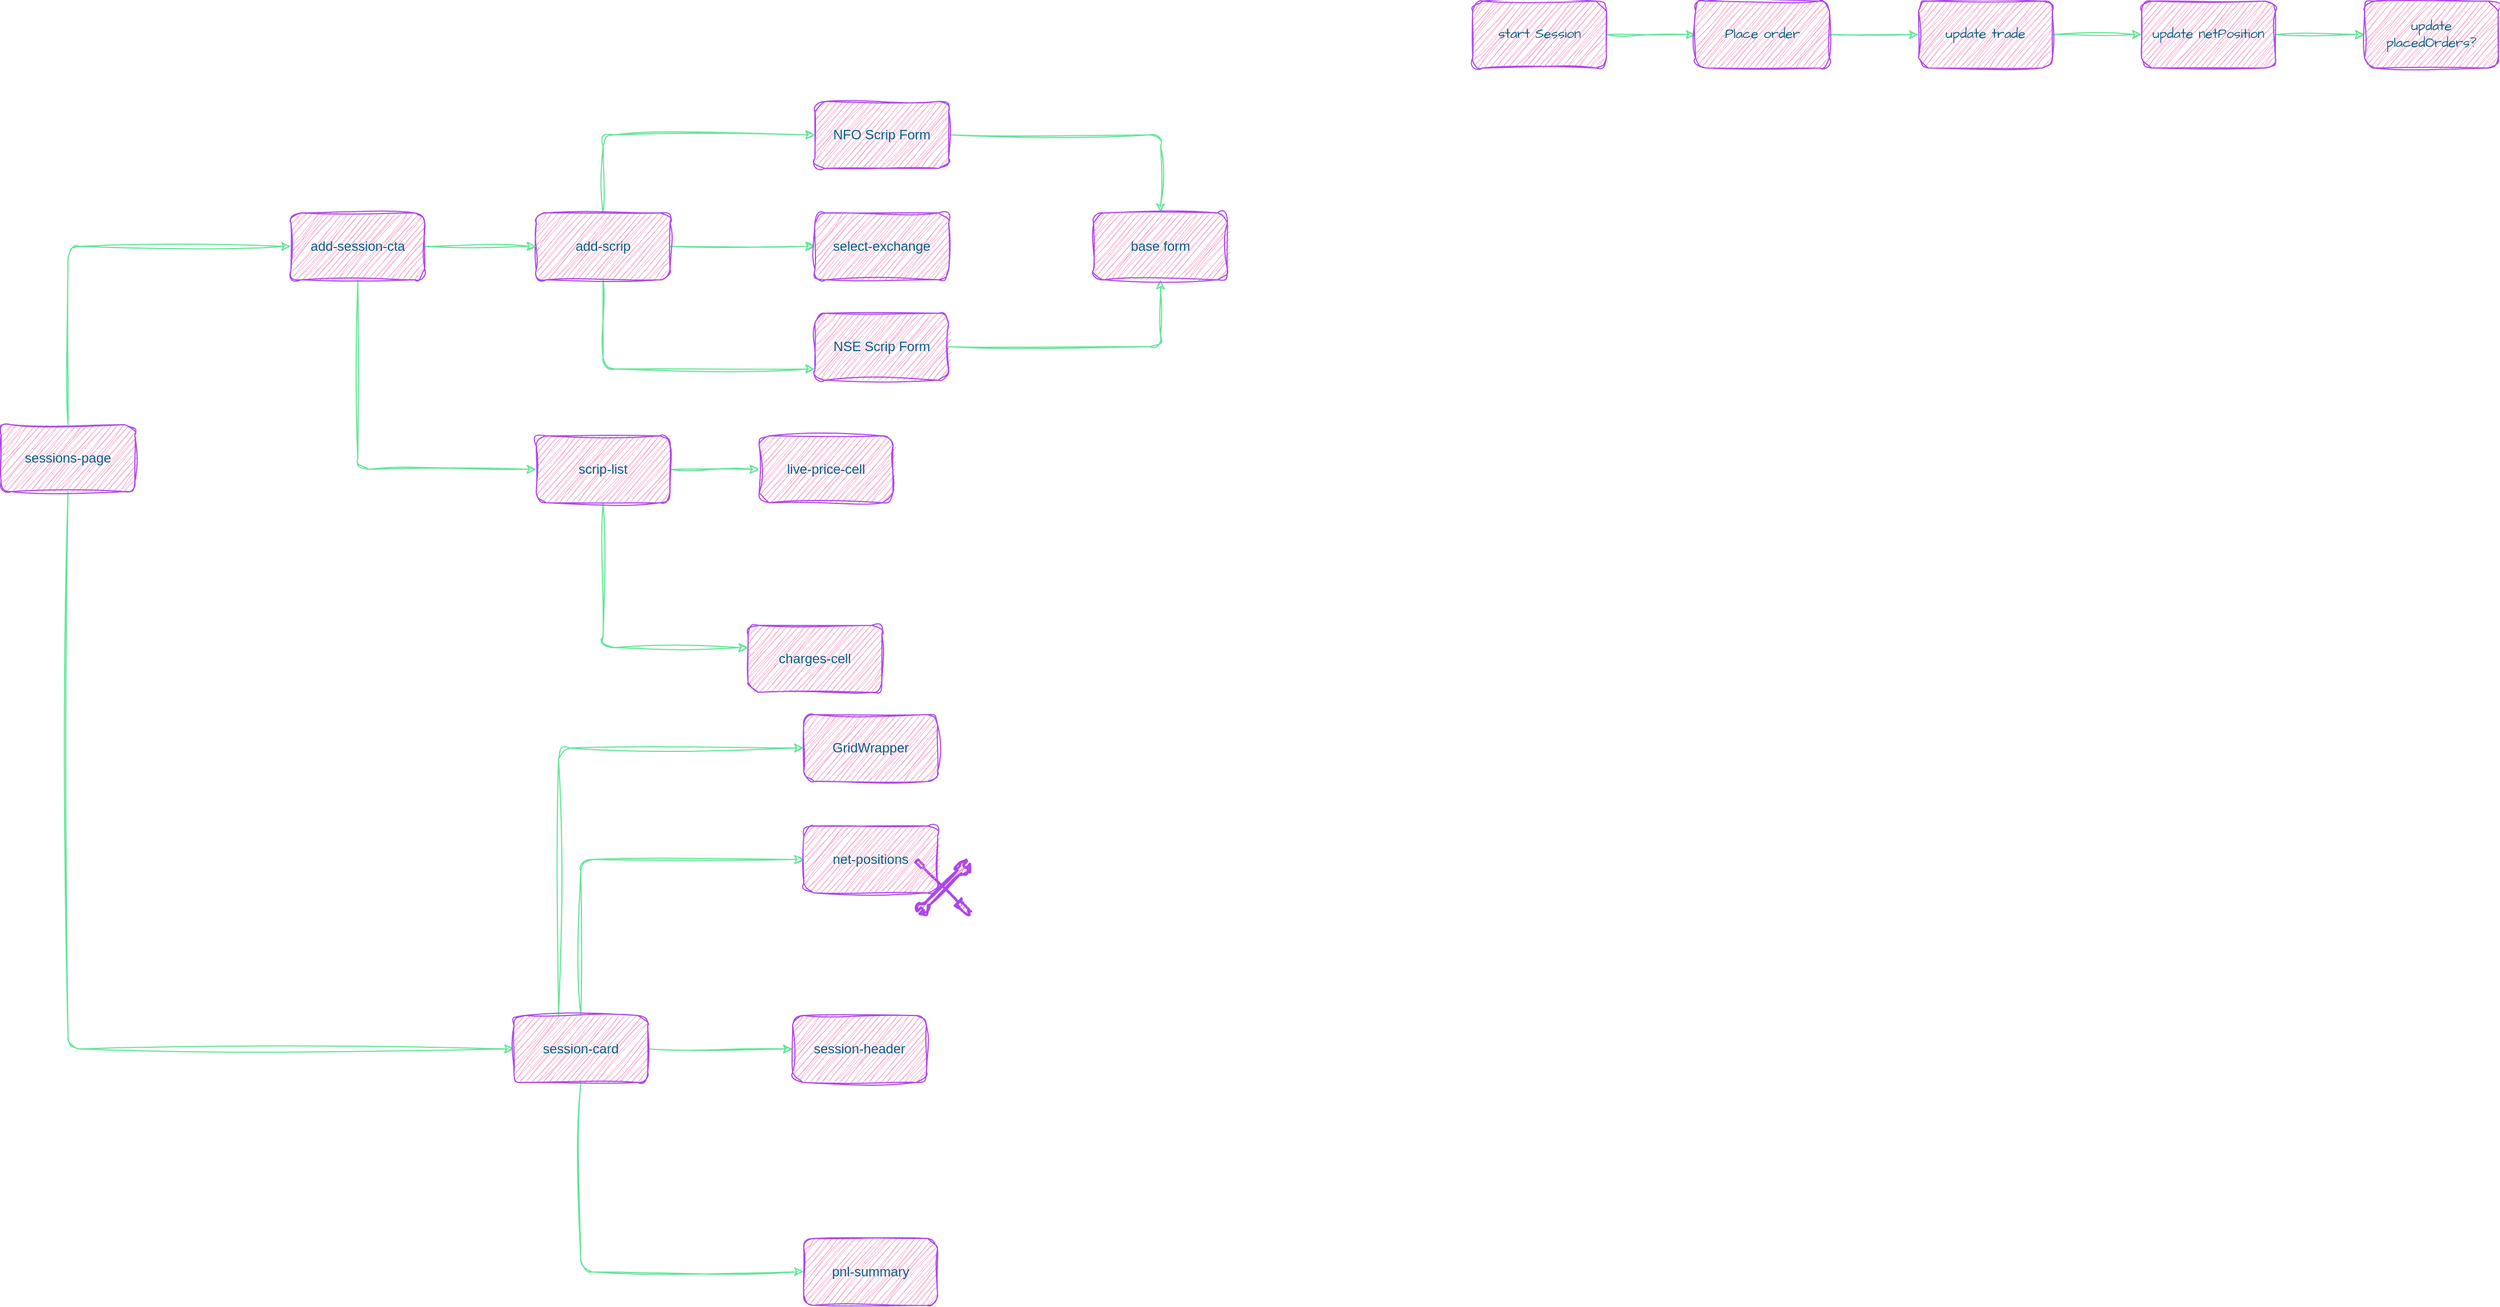
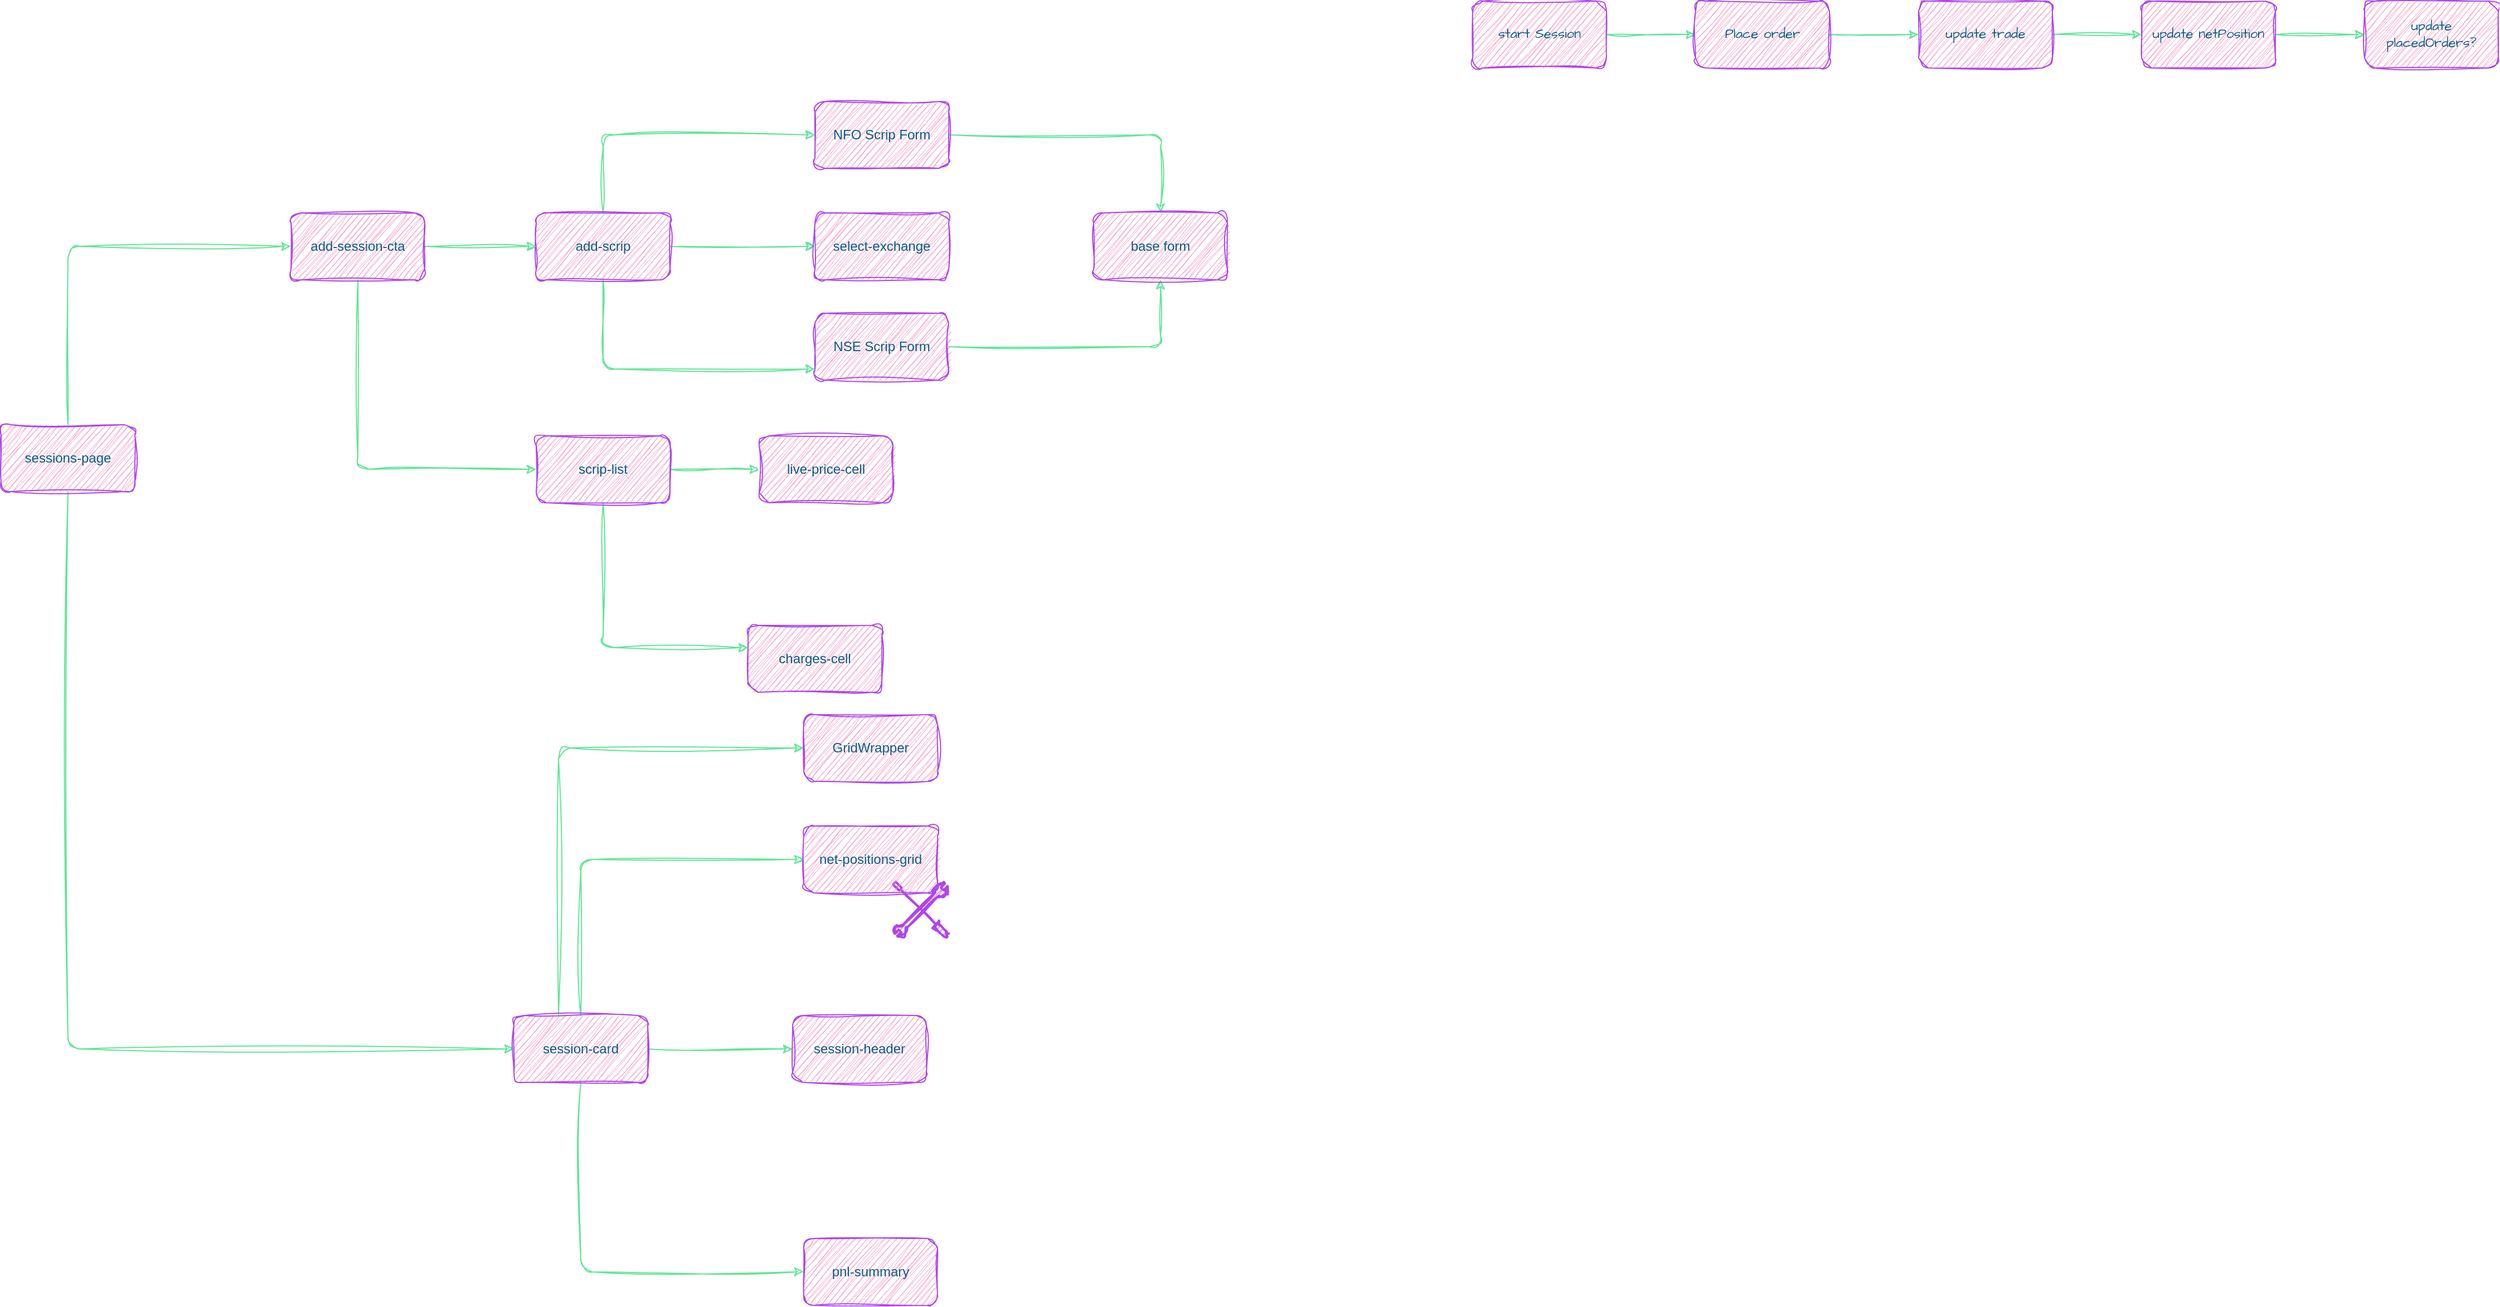
<mxfile host="app.diagrams.net" pages="5">
  <diagram id="wPQbEJP3DVO_ncDqMHqx" name="Sessions Page">
    <mxGraphModel dx="1887" dy="969" grid="1" gridSize="10" guides="1" tooltips="1" connect="1" arrows="1" fold="1" page="0" pageScale="1" pageWidth="402" pageHeight="874" math="0" shadow="0">
      <root>
        <mxCell id="0" />
        <mxCell id="1" parent="0" />
        <mxCell id="DB1AKVm6qyutKQlFYAWD-6" edge="1" parent="1" source="DB1AKVm6qyutKQlFYAWD-1" style="edgeStyle=orthogonalEdgeStyle;rounded=1;orthogonalLoop=1;jettySize=auto;html=1;sketch=1;curveFitting=1;jiggle=2;labelBackgroundColor=none;strokeColor=#60E696;fontColor=default;" target="DB1AKVm6qyutKQlFYAWD-5" value="">
          <mxGeometry relative="1" as="geometry" />
        </mxCell>
        <mxCell id="DB1AKVm6qyutKQlFYAWD-8" edge="1" parent="1" source="DB1AKVm6qyutKQlFYAWD-1" style="edgeStyle=orthogonalEdgeStyle;rounded=1;orthogonalLoop=1;jettySize=auto;html=1;sketch=1;curveFitting=1;jiggle=2;labelBackgroundColor=none;strokeColor=#60E696;fontColor=default;" target="DB1AKVm6qyutKQlFYAWD-7" value="">
          <mxGeometry relative="1" as="geometry">
            <Array as="points">
              <mxPoint x="120" y="270" />
            </Array>
          </mxGeometry>
        </mxCell>
        <mxCell id="DB1AKVm6qyutKQlFYAWD-10" edge="1" parent="1" source="DB1AKVm6qyutKQlFYAWD-1" style="edgeStyle=orthogonalEdgeStyle;rounded=1;orthogonalLoop=1;jettySize=auto;html=1;sketch=1;curveFitting=1;jiggle=2;labelBackgroundColor=none;strokeColor=#60E696;fontColor=default;" target="DB1AKVm6qyutKQlFYAWD-9" value="">
          <mxGeometry relative="1" as="geometry">
            <Array as="points">
              <mxPoint x="120" y="60" />
            </Array>
          </mxGeometry>
        </mxCell>
        <mxCell id="DB1AKVm6qyutKQlFYAWD-1" parent="1" style="rounded=1;whiteSpace=wrap;html=1;sketch=1;curveFitting=1;jiggle=2;labelBackgroundColor=none;fillColor=#F694C1;strokeColor=#AF45ED;fontColor=#095C86;" value="add-scrip" vertex="1">
          <mxGeometry height="60" width="120" x="60" y="130" as="geometry" />
        </mxCell>
        <mxCell id="DB1AKVm6qyutKQlFYAWD-4" edge="1" parent="1" source="DB1AKVm6qyutKQlFYAWD-3" style="edgeStyle=orthogonalEdgeStyle;rounded=1;orthogonalLoop=1;jettySize=auto;html=1;sketch=1;curveFitting=1;jiggle=2;labelBackgroundColor=none;strokeColor=#60E696;fontColor=default;" target="DB1AKVm6qyutKQlFYAWD-1" value="">
          <mxGeometry relative="1" as="geometry" />
        </mxCell>
        <mxCell id="DB1AKVm6qyutKQlFYAWD-12" edge="1" parent="1" source="DB1AKVm6qyutKQlFYAWD-3" style="edgeStyle=orthogonalEdgeStyle;rounded=1;orthogonalLoop=1;jettySize=auto;html=1;sketch=1;curveFitting=1;jiggle=2;labelBackgroundColor=none;strokeColor=#60E696;fontColor=default;" target="DB1AKVm6qyutKQlFYAWD-11" value="">
          <mxGeometry relative="1" as="geometry">
            <Array as="points">
              <mxPoint x="-100" y="360" />
            </Array>
          </mxGeometry>
        </mxCell>
        <mxCell id="DB1AKVm6qyutKQlFYAWD-3" parent="1" style="rounded=1;whiteSpace=wrap;html=1;sketch=1;curveFitting=1;jiggle=2;labelBackgroundColor=none;fillColor=#F694C1;strokeColor=#AF45ED;fontColor=#095C86;" value="add-session-cta" vertex="1">
          <mxGeometry height="60" width="120" x="-160" y="130" as="geometry" />
        </mxCell>
        <mxCell id="DB1AKVm6qyutKQlFYAWD-5" parent="1" style="whiteSpace=wrap;html=1;rounded=1;sketch=1;curveFitting=1;jiggle=2;labelBackgroundColor=none;fillColor=#F694C1;strokeColor=#AF45ED;fontColor=#095C86;" value="select-exchange" vertex="1">
          <mxGeometry height="60" width="120" x="310" y="130" as="geometry" />
        </mxCell>
        <mxCell id="ouMAoqMrmdJ_XqpmxOQB-3" edge="1" parent="1" source="DB1AKVm6qyutKQlFYAWD-7" style="edgeStyle=orthogonalEdgeStyle;rounded=1;sketch=1;hachureGap=4;jiggle=2;curveFitting=1;orthogonalLoop=1;jettySize=auto;html=1;fontFamily=Architects Daughter;fontSource=https%3A%2F%2Ffonts.googleapis.com%2Fcss%3Ffamily%3DArchitects%2BDaughter;labelBackgroundColor=none;strokeColor=#60E696;fontColor=default;" target="ouMAoqMrmdJ_XqpmxOQB-1">
          <mxGeometry relative="1" as="geometry" />
        </mxCell>
        <mxCell id="DB1AKVm6qyutKQlFYAWD-7" parent="1" style="whiteSpace=wrap;html=1;rounded=1;sketch=1;curveFitting=1;jiggle=2;labelBackgroundColor=none;fillColor=#F694C1;strokeColor=#AF45ED;fontColor=#095C86;" value="NSE Scrip Form" vertex="1">
          <mxGeometry height="60" width="120" x="310" y="220" as="geometry" />
        </mxCell>
        <mxCell id="ouMAoqMrmdJ_XqpmxOQB-2" edge="1" parent="1" source="DB1AKVm6qyutKQlFYAWD-9" style="edgeStyle=orthogonalEdgeStyle;rounded=1;sketch=1;hachureGap=4;jiggle=2;curveFitting=1;orthogonalLoop=1;jettySize=auto;html=1;fontFamily=Architects Daughter;fontSource=https%3A%2F%2Ffonts.googleapis.com%2Fcss%3Ffamily%3DArchitects%2BDaughter;labelBackgroundColor=none;strokeColor=#60E696;fontColor=default;" target="ouMAoqMrmdJ_XqpmxOQB-1" value="">
          <mxGeometry relative="1" as="geometry" />
        </mxCell>
        <mxCell id="DB1AKVm6qyutKQlFYAWD-9" parent="1" style="whiteSpace=wrap;html=1;rounded=1;sketch=1;curveFitting=1;jiggle=2;labelBackgroundColor=none;fillColor=#F694C1;strokeColor=#AF45ED;fontColor=#095C86;" value="NFO Scrip Form" vertex="1">
          <mxGeometry height="60" width="120" x="310" y="30" as="geometry" />
        </mxCell>
        <mxCell id="ouMAoqMrmdJ_XqpmxOQB-15" edge="1" parent="1" source="DB1AKVm6qyutKQlFYAWD-11" style="edgeStyle=orthogonalEdgeStyle;rounded=1;sketch=1;hachureGap=4;jiggle=2;curveFitting=1;orthogonalLoop=1;jettySize=auto;html=1;fontFamily=Architects Daughter;fontSource=https%3A%2F%2Ffonts.googleapis.com%2Fcss%3Ffamily%3DArchitects%2BDaughter;labelBackgroundColor=none;strokeColor=#60E696;fontColor=default;" target="ouMAoqMrmdJ_XqpmxOQB-14" value="">
          <mxGeometry relative="1" as="geometry" />
        </mxCell>
        <mxCell id="ouMAoqMrmdJ_XqpmxOQB-17" edge="1" parent="1" source="DB1AKVm6qyutKQlFYAWD-11" style="edgeStyle=orthogonalEdgeStyle;rounded=1;sketch=1;hachureGap=4;jiggle=2;curveFitting=1;orthogonalLoop=1;jettySize=auto;html=1;fontFamily=Architects Daughter;fontSource=https%3A%2F%2Ffonts.googleapis.com%2Fcss%3Ffamily%3DArchitects%2BDaughter;labelBackgroundColor=none;strokeColor=#60E696;fontColor=default;" target="ouMAoqMrmdJ_XqpmxOQB-16" value="">
          <mxGeometry relative="1" as="geometry">
            <Array as="points">
              <mxPoint x="120" y="520" />
            </Array>
          </mxGeometry>
        </mxCell>
        <mxCell id="DB1AKVm6qyutKQlFYAWD-11" parent="1" style="whiteSpace=wrap;html=1;rounded=1;sketch=1;curveFitting=1;jiggle=2;labelBackgroundColor=none;fillColor=#F694C1;strokeColor=#AF45ED;fontColor=#095C86;" value="scrip-list" vertex="1">
          <mxGeometry height="60" width="120" x="60" y="330" as="geometry" />
        </mxCell>
        <mxCell id="DB1AKVm6qyutKQlFYAWD-15" edge="1" parent="1" source="DB1AKVm6qyutKQlFYAWD-14" style="edgeStyle=orthogonalEdgeStyle;rounded=1;sketch=1;hachureGap=4;jiggle=2;curveFitting=1;orthogonalLoop=1;jettySize=auto;html=1;entryX=0;entryY=0.5;entryDx=0;entryDy=0;strokeColor=#60E696;fontFamily=Architects Daughter;fontSource=https%3A%2F%2Ffonts.googleapis.com%2Fcss%3Ffamily%3DArchitects%2BDaughter;fontColor=default;fillColor=#F694C1;labelBackgroundColor=none;" target="DB1AKVm6qyutKQlFYAWD-3">
          <mxGeometry relative="1" as="geometry">
            <Array as="points">
              <mxPoint x="-360" y="160" />
            </Array>
          </mxGeometry>
        </mxCell>
        <mxCell id="ouMAoqMrmdJ_XqpmxOQB-28" edge="1" parent="1" source="DB1AKVm6qyutKQlFYAWD-14" style="edgeStyle=orthogonalEdgeStyle;rounded=1;sketch=1;hachureGap=4;jiggle=2;curveFitting=1;orthogonalLoop=1;jettySize=auto;html=1;entryX=0;entryY=0.5;entryDx=0;entryDy=0;fontFamily=Architects Daughter;fontSource=https%3A%2F%2Ffonts.googleapis.com%2Fcss%3Ffamily%3DArchitects%2BDaughter;labelBackgroundColor=none;strokeColor=#60E696;fontColor=default;" target="ouMAoqMrmdJ_XqpmxOQB-19">
          <mxGeometry relative="1" as="geometry">
            <Array as="points">
              <mxPoint x="-360" y="880" />
            </Array>
          </mxGeometry>
        </mxCell>
        <mxCell id="DB1AKVm6qyutKQlFYAWD-14" parent="1" style="rounded=1;whiteSpace=wrap;html=1;sketch=1;curveFitting=1;jiggle=2;labelBackgroundColor=none;fillColor=#F694C1;strokeColor=#AF45ED;fontColor=#095C86;" value="sessions-page" vertex="1">
          <mxGeometry height="60" width="120" x="-420" y="320" as="geometry" />
        </mxCell>
        <mxCell id="ouMAoqMrmdJ_XqpmxOQB-1" parent="1" style="whiteSpace=wrap;html=1;fillColor=#F694C1;strokeColor=#AF45ED;fontColor=#095C86;rounded=1;sketch=1;curveFitting=1;jiggle=2;labelBackgroundColor=none;" value="base form" vertex="1">
          <mxGeometry height="60" width="120" x="560" y="130" as="geometry" />
        </mxCell>
        <mxCell id="ouMAoqMrmdJ_XqpmxOQB-6" edge="1" parent="1" source="ouMAoqMrmdJ_XqpmxOQB-4" style="edgeStyle=orthogonalEdgeStyle;rounded=1;sketch=1;hachureGap=4;jiggle=2;curveFitting=1;orthogonalLoop=1;jettySize=auto;html=1;fontFamily=Architects Daughter;fontSource=https%3A%2F%2Ffonts.googleapis.com%2Fcss%3Ffamily%3DArchitects%2BDaughter;labelBackgroundColor=none;strokeColor=#60E696;fontColor=default;" target="ouMAoqMrmdJ_XqpmxOQB-5" value="">
          <mxGeometry relative="1" as="geometry" />
        </mxCell>
        <mxCell id="ouMAoqMrmdJ_XqpmxOQB-4" parent="1" style="whiteSpace=wrap;html=1;sketch=1;hachureGap=4;jiggle=2;curveFitting=1;fontFamily=Architects Daughter;fontSource=https%3A%2F%2Ffonts.googleapis.com%2Fcss%3Ffamily%3DArchitects%2BDaughter;labelBackgroundColor=none;fillColor=#F694C1;strokeColor=#AF45ED;fontColor=#095C86;rounded=1;" value="start Session" vertex="1">
          <mxGeometry height="60" width="120" x="900" y="-60" as="geometry" />
        </mxCell>
        <mxCell id="ouMAoqMrmdJ_XqpmxOQB-8" edge="1" parent="1" source="ouMAoqMrmdJ_XqpmxOQB-5" style="edgeStyle=orthogonalEdgeStyle;rounded=1;sketch=1;hachureGap=4;jiggle=2;curveFitting=1;orthogonalLoop=1;jettySize=auto;html=1;fontFamily=Architects Daughter;fontSource=https%3A%2F%2Ffonts.googleapis.com%2Fcss%3Ffamily%3DArchitects%2BDaughter;labelBackgroundColor=none;strokeColor=#60E696;fontColor=default;" target="ouMAoqMrmdJ_XqpmxOQB-7" value="">
          <mxGeometry relative="1" as="geometry" />
        </mxCell>
        <mxCell id="ouMAoqMrmdJ_XqpmxOQB-5" parent="1" style="whiteSpace=wrap;html=1;fontFamily=Architects Daughter;sketch=1;hachureGap=4;jiggle=2;curveFitting=1;fontSource=https%3A%2F%2Ffonts.googleapis.com%2Fcss%3Ffamily%3DArchitects%2BDaughter;labelBackgroundColor=none;fillColor=#F694C1;strokeColor=#AF45ED;fontColor=#095C86;rounded=1;" value="Place order" vertex="1">
          <mxGeometry height="60" width="120" x="1100" y="-60" as="geometry" />
        </mxCell>
        <mxCell id="ouMAoqMrmdJ_XqpmxOQB-10" edge="1" parent="1" source="ouMAoqMrmdJ_XqpmxOQB-7" style="edgeStyle=orthogonalEdgeStyle;rounded=1;sketch=1;hachureGap=4;jiggle=2;curveFitting=1;orthogonalLoop=1;jettySize=auto;html=1;fontFamily=Architects Daughter;fontSource=https%3A%2F%2Ffonts.googleapis.com%2Fcss%3Ffamily%3DArchitects%2BDaughter;labelBackgroundColor=none;strokeColor=#60E696;fontColor=default;" target="ouMAoqMrmdJ_XqpmxOQB-9" value="">
          <mxGeometry relative="1" as="geometry" />
        </mxCell>
        <mxCell id="ouMAoqMrmdJ_XqpmxOQB-7" parent="1" style="whiteSpace=wrap;html=1;fontFamily=Architects Daughter;sketch=1;hachureGap=4;jiggle=2;curveFitting=1;fontSource=https%3A%2F%2Ffonts.googleapis.com%2Fcss%3Ffamily%3DArchitects%2BDaughter;labelBackgroundColor=none;fillColor=#F694C1;strokeColor=#AF45ED;fontColor=#095C86;rounded=1;" value="update trade" vertex="1">
          <mxGeometry height="60" width="120" x="1300" y="-60" as="geometry" />
        </mxCell>
        <mxCell id="ouMAoqMrmdJ_XqpmxOQB-12" edge="1" parent="1" source="ouMAoqMrmdJ_XqpmxOQB-9" style="edgeStyle=orthogonalEdgeStyle;rounded=1;sketch=1;hachureGap=4;jiggle=2;curveFitting=1;orthogonalLoop=1;jettySize=auto;html=1;fontFamily=Architects Daughter;fontSource=https%3A%2F%2Ffonts.googleapis.com%2Fcss%3Ffamily%3DArchitects%2BDaughter;labelBackgroundColor=none;strokeColor=#60E696;fontColor=default;" target="ouMAoqMrmdJ_XqpmxOQB-11" value="">
          <mxGeometry relative="1" as="geometry" />
        </mxCell>
        <mxCell id="ouMAoqMrmdJ_XqpmxOQB-9" parent="1" style="whiteSpace=wrap;html=1;fontFamily=Architects Daughter;sketch=1;hachureGap=4;jiggle=2;curveFitting=1;fontSource=https%3A%2F%2Ffonts.googleapis.com%2Fcss%3Ffamily%3DArchitects%2BDaughter;labelBackgroundColor=none;fillColor=#F694C1;strokeColor=#AF45ED;fontColor=#095C86;rounded=1;" value="update netPosition" vertex="1">
          <mxGeometry height="60" width="120" x="1500" y="-60" as="geometry" />
        </mxCell>
        <mxCell id="ouMAoqMrmdJ_XqpmxOQB-11" parent="1" style="whiteSpace=wrap;html=1;fontFamily=Architects Daughter;sketch=1;hachureGap=4;jiggle=2;curveFitting=1;fontSource=https%3A%2F%2Ffonts.googleapis.com%2Fcss%3Ffamily%3DArchitects%2BDaughter;labelBackgroundColor=none;fillColor=#F694C1;strokeColor=#AF45ED;fontColor=#095C86;rounded=1;" value="update placedOrders?" vertex="1">
          <mxGeometry height="60" width="120" x="1700" y="-60" as="geometry" />
        </mxCell>
        <mxCell id="ouMAoqMrmdJ_XqpmxOQB-13" parent="1" style="html=1;verticalLabelPosition=bottom;align=center;labelBackgroundColor=none;verticalAlign=top;strokeWidth=2;strokeColor=#AF45ED;shadow=0;dashed=0;shape=mxgraph.ios7.icons.tools;pointerEvents=1;sketch=1;hachureGap=4;jiggle=2;curveFitting=1;fontFamily=Architects Daughter;fontSource=https%3A%2F%2Ffonts.googleapis.com%2Fcss%3Ffamily%3DArchitects%2BDaughter;fillColor=#F694C1;fontColor=#095C86;rounded=1;" value="" vertex="1">
-           <mxGeometry height="50" width="50" x="400" y="710" as="geometry" />
+           <mxGeometry height="50" width="50" x="380" y="730" as="geometry" />
        </mxCell>
        <mxCell id="ouMAoqMrmdJ_XqpmxOQB-14" parent="1" style="whiteSpace=wrap;html=1;fillColor=#F694C1;strokeColor=#AF45ED;fontColor=#095C86;rounded=1;sketch=1;curveFitting=1;jiggle=2;labelBackgroundColor=none;" value="live-price-cell" vertex="1">
          <mxGeometry height="60" width="120" x="260" y="330" as="geometry" />
        </mxCell>
        <mxCell id="ouMAoqMrmdJ_XqpmxOQB-16" parent="1" style="whiteSpace=wrap;html=1;fillColor=#F694C1;strokeColor=#AF45ED;fontColor=#095C86;rounded=1;sketch=1;curveFitting=1;jiggle=2;labelBackgroundColor=none;" value="charges-cell" vertex="1">
          <mxGeometry height="60" width="120" x="250" y="500" as="geometry" />
        </mxCell>
        <mxCell id="ouMAoqMrmdJ_XqpmxOQB-22" edge="1" parent="1" source="ouMAoqMrmdJ_XqpmxOQB-19" style="edgeStyle=orthogonalEdgeStyle;rounded=1;sketch=1;hachureGap=4;jiggle=2;curveFitting=1;orthogonalLoop=1;jettySize=auto;html=1;fontFamily=Architects Daughter;fontSource=https%3A%2F%2Ffonts.googleapis.com%2Fcss%3Ffamily%3DArchitects%2BDaughter;labelBackgroundColor=none;strokeColor=#60E696;fontColor=default;" target="ouMAoqMrmdJ_XqpmxOQB-21" value="">
          <mxGeometry relative="1" as="geometry" />
        </mxCell>
        <mxCell id="ouMAoqMrmdJ_XqpmxOQB-25" edge="1" parent="1" source="ouMAoqMrmdJ_XqpmxOQB-19" style="edgeStyle=orthogonalEdgeStyle;rounded=1;sketch=1;hachureGap=4;jiggle=2;curveFitting=1;orthogonalLoop=1;jettySize=auto;html=1;entryX=0;entryY=0.5;entryDx=0;entryDy=0;fontFamily=Architects Daughter;fontSource=https%3A%2F%2Ffonts.googleapis.com%2Fcss%3Ffamily%3DArchitects%2BDaughter;labelBackgroundColor=none;strokeColor=#60E696;fontColor=default;" target="ouMAoqMrmdJ_XqpmxOQB-23">
          <mxGeometry relative="1" as="geometry">
            <Array as="points">
              <mxPoint x="100" y="710" />
            </Array>
          </mxGeometry>
        </mxCell>
        <mxCell id="ouMAoqMrmdJ_XqpmxOQB-27" edge="1" parent="1" source="ouMAoqMrmdJ_XqpmxOQB-19" style="edgeStyle=orthogonalEdgeStyle;rounded=1;sketch=1;hachureGap=4;jiggle=2;curveFitting=1;orthogonalLoop=1;jettySize=auto;html=1;fontFamily=Architects Daughter;fontSource=https%3A%2F%2Ffonts.googleapis.com%2Fcss%3Ffamily%3DArchitects%2BDaughter;labelBackgroundColor=none;strokeColor=#60E696;fontColor=default;" target="ouMAoqMrmdJ_XqpmxOQB-26" value="">
          <mxGeometry relative="1" as="geometry">
            <Array as="points">
              <mxPoint x="100" y="1080" />
            </Array>
          </mxGeometry>
        </mxCell>
        <mxCell id="ouMAoqMrmdJ_XqpmxOQB-30" edge="1" parent="1" source="ouMAoqMrmdJ_XqpmxOQB-19" style="edgeStyle=orthogonalEdgeStyle;rounded=1;sketch=1;hachureGap=4;jiggle=2;curveFitting=1;orthogonalLoop=1;jettySize=auto;html=1;strokeColor=#60E696;fontFamily=Architects Daughter;fontSource=https%3A%2F%2Ffonts.googleapis.com%2Fcss%3Ffamily%3DArchitects%2BDaughter;fontColor=#095C86;fillColor=#F694C1;" target="ouMAoqMrmdJ_XqpmxOQB-29" value="">
          <mxGeometry relative="1" as="geometry">
            <Array as="points">
              <mxPoint x="80" y="610" />
            </Array>
          </mxGeometry>
        </mxCell>
        <mxCell id="ouMAoqMrmdJ_XqpmxOQB-19" parent="1" style="whiteSpace=wrap;html=1;fillColor=#F694C1;strokeColor=#AF45ED;fontColor=#095C86;rounded=1;sketch=1;curveFitting=1;jiggle=2;labelBackgroundColor=none;" value="session-card" vertex="1">
          <mxGeometry height="60" width="120" x="40" y="850" as="geometry" />
        </mxCell>
        <mxCell id="ouMAoqMrmdJ_XqpmxOQB-21" parent="1" style="whiteSpace=wrap;html=1;fillColor=#F694C1;strokeColor=#AF45ED;fontColor=#095C86;rounded=1;sketch=1;curveFitting=1;jiggle=2;labelBackgroundColor=none;" value="session-header" vertex="1">
          <mxGeometry height="60" width="120" x="290" y="850" as="geometry" />
        </mxCell>
-         <mxCell id="ouMAoqMrmdJ_XqpmxOQB-23" parent="1" style="whiteSpace=wrap;html=1;fillColor=#F694C1;strokeColor=#AF45ED;fontColor=#095C86;rounded=1;sketch=1;curveFitting=1;jiggle=2;labelBackgroundColor=none;" value="net-positions" vertex="1">
+         <mxCell id="ouMAoqMrmdJ_XqpmxOQB-23" parent="1" style="whiteSpace=wrap;html=1;fillColor=#F694C1;strokeColor=#AF45ED;fontColor=#095C86;rounded=1;sketch=1;curveFitting=1;jiggle=2;labelBackgroundColor=none;" value="net-positions-grid" vertex="1">
          <mxGeometry height="60" width="120" x="300" y="680" as="geometry" />
        </mxCell>
        <mxCell id="ouMAoqMrmdJ_XqpmxOQB-26" parent="1" style="whiteSpace=wrap;html=1;fillColor=#F694C1;strokeColor=#AF45ED;fontColor=#095C86;rounded=1;sketch=1;curveFitting=1;jiggle=2;labelBackgroundColor=none;" value="pnl-summary" vertex="1">
          <mxGeometry height="60" width="120" x="300" y="1050" as="geometry" />
        </mxCell>
        <mxCell id="ouMAoqMrmdJ_XqpmxOQB-29" parent="1" style="whiteSpace=wrap;html=1;fillColor=#F694C1;strokeColor=#AF45ED;fontColor=#095C86;rounded=1;sketch=1;curveFitting=1;jiggle=2;labelBackgroundColor=none;" value="GridWrapper" vertex="1">
          <mxGeometry height="60" width="120" x="300" y="580" as="geometry" />
        </mxCell>
      </root>
    </mxGraphModel>
  </diagram>
  <diagram id="YVkBlKKJ4RNEtawBKbZk" name="Session">
    <mxGraphModel dx="1357" dy="626" grid="1" gridSize="10" guides="1" tooltips="1" connect="1" arrows="1" fold="1" page="0" pageScale="1" pageWidth="402" pageHeight="874" math="0" shadow="0">
      <root>
        <mxCell id="0" />
        <mxCell id="1" parent="0" />
        <mxCell id="b8iQl_XISdQ6rZ6kNcMQ-3" edge="1" parent="1" source="b8iQl_XISdQ6rZ6kNcMQ-1" style="edgeStyle=orthogonalEdgeStyle;rounded=0;orthogonalLoop=1;jettySize=auto;html=1;" target="b8iQl_XISdQ6rZ6kNcMQ-2" value="">
          <mxGeometry relative="1" as="geometry" />
        </mxCell>
        <mxCell id="b8iQl_XISdQ6rZ6kNcMQ-1" parent="1" style="rounded=1;whiteSpace=wrap;html=1;" value="start session" vertex="1">
          <mxGeometry height="60" width="120" x="-200" y="80" as="geometry" />
        </mxCell>
        <mxCell id="b8iQl_XISdQ6rZ6kNcMQ-5" edge="1" parent="1" source="b8iQl_XISdQ6rZ6kNcMQ-2" style="edgeStyle=orthogonalEdgeStyle;rounded=0;orthogonalLoop=1;jettySize=auto;html=1;" target="b8iQl_XISdQ6rZ6kNcMQ-4" value="">
          <mxGeometry relative="1" as="geometry" />
        </mxCell>
        <mxCell id="b8iQl_XISdQ6rZ6kNcMQ-2" parent="1" style="whiteSpace=wrap;html=1;rounded=1;" value="place orders&amp;nbsp;&lt;br&gt;(all or none)" vertex="1">
          <mxGeometry height="60" width="120" y="80" as="geometry" />
        </mxCell>
        <mxCell id="b8iQl_XISdQ6rZ6kNcMQ-7" edge="1" parent="1" source="b8iQl_XISdQ6rZ6kNcMQ-4" style="edgeStyle=orthogonalEdgeStyle;rounded=0;orthogonalLoop=1;jettySize=auto;html=1;" target="b8iQl_XISdQ6rZ6kNcMQ-6" value="">
          <mxGeometry relative="1" as="geometry" />
        </mxCell>
        <mxCell id="b8iQl_XISdQ6rZ6kNcMQ-4" parent="1" style="whiteSpace=wrap;html=1;rounded=1;" value="update margins" vertex="1">
          <mxGeometry height="60" width="120" x="200" y="80" as="geometry" />
        </mxCell>
        <mxCell id="b8iQl_XISdQ6rZ6kNcMQ-6" parent="1" style="whiteSpace=wrap;html=1;rounded=1;" value="create session" vertex="1">
          <mxGeometry height="60" width="120" x="200" y="200" as="geometry" />
        </mxCell>
        <mxCell id="b8iQl_XISdQ6rZ6kNcMQ-8" parent="1" style="rounded=1;whiteSpace=wrap;html=1;fillColor=#fff2cc;strokeColor=#d6b656;" value="firebase" vertex="1">
          <mxGeometry height="40" width="80" x="300" y="190" as="geometry" />
        </mxCell>
        <mxCell id="b8iQl_XISdQ6rZ6kNcMQ-9" parent="1" style="rounded=1;whiteSpace=wrap;html=1;fillColor=#fff2cc;strokeColor=#d6b656;" value="kite" vertex="1">
          <mxGeometry height="40" width="80" x="80" y="50" as="geometry" />
        </mxCell>
        <mxCell id="b8iQl_XISdQ6rZ6kNcMQ-10" parent="1" style="rounded=1;whiteSpace=wrap;html=1;fillColor=#fff2cc;strokeColor=#d6b656;" value="firebase" vertex="1">
          <mxGeometry height="40" width="80" x="290" y="60" as="geometry" />
        </mxCell>
      </root>
    </mxGraphModel>
  </diagram>
  <diagram id="4KjMPYYtLXdBkkJX1B08" name="Auth">
    <mxGraphModel dx="1276" dy="835" grid="0" gridSize="10" guides="1" tooltips="1" connect="1" arrows="1" fold="1" page="0" pageScale="1" pageWidth="402" pageHeight="874" math="0" shadow="0">
      <root>
        <mxCell id="0" />
        <mxCell id="1" parent="0" />
        <mxCell id="pPH6oVQiPgVcm9OUePWL-3" edge="1" parent="1" source="pPH6oVQiPgVcm9OUePWL-1" style="edgeStyle=orthogonalEdgeStyle;rounded=0;orthogonalLoop=1;jettySize=auto;html=1;" target="pPH6oVQiPgVcm9OUePWL-2" value="">
          <mxGeometry relative="1" as="geometry" />
        </mxCell>
        <mxCell id="pPH6oVQiPgVcm9OUePWL-1" parent="1" style="rounded=1;whiteSpace=wrap;html=1;" value="User clicks &quot;Login&quot; Button" vertex="1">
          <mxGeometry height="60" width="120" x="23" y="101" as="geometry" />
        </mxCell>
        <mxCell id="pPH6oVQiPgVcm9OUePWL-5" edge="1" parent="1" source="pPH6oVQiPgVcm9OUePWL-2" style="edgeStyle=orthogonalEdgeStyle;rounded=0;orthogonalLoop=1;jettySize=auto;html=1;" target="pPH6oVQiPgVcm9OUePWL-4" value="">
          <mxGeometry relative="1" as="geometry" />
        </mxCell>
        <mxCell id="pPH6oVQiPgVcm9OUePWL-2" parent="1" style="whiteSpace=wrap;html=1;rounded=1;" value="Open the Login URL" vertex="1">
          <mxGeometry height="60" width="120" x="223" y="101" as="geometry" />
        </mxCell>
        <mxCell id="pPH6oVQiPgVcm9OUePWL-7" edge="1" parent="1" source="pPH6oVQiPgVcm9OUePWL-4" style="edgeStyle=orthogonalEdgeStyle;rounded=0;orthogonalLoop=1;jettySize=auto;html=1;" target="pPH6oVQiPgVcm9OUePWL-6" value="">
          <mxGeometry relative="1" as="geometry" />
        </mxCell>
        <mxCell id="pPH6oVQiPgVcm9OUePWL-4" parent="1" style="whiteSpace=wrap;html=1;rounded=1;" value="User logins to Zerodha" vertex="1">
          <mxGeometry height="60" width="120" x="423" y="101" as="geometry" />
        </mxCell>
        <mxCell id="pPH6oVQiPgVcm9OUePWL-9" edge="1" parent="1" source="pPH6oVQiPgVcm9OUePWL-6" style="edgeStyle=orthogonalEdgeStyle;rounded=0;orthogonalLoop=1;jettySize=auto;html=1;" target="pPH6oVQiPgVcm9OUePWL-8" value="">
          <mxGeometry relative="1" as="geometry" />
        </mxCell>
        <mxCell id="pPH6oVQiPgVcm9OUePWL-6" parent="1" style="whiteSpace=wrap;html=1;rounded=1;" value="Redirected to callback URL with request_token&lt;br&gt;&lt;b&gt;http://localhost:3000/api/auth/kite/callback&lt;/b&gt;" vertex="1">
          <mxGeometry height="60" width="262" x="352" y="244" as="geometry" />
        </mxCell>
        <mxCell id="pPH6oVQiPgVcm9OUePWL-13" edge="1" parent="1" source="pPH6oVQiPgVcm9OUePWL-8" style="edgeStyle=orthogonalEdgeStyle;rounded=0;orthogonalLoop=1;jettySize=auto;html=1;" target="pPH6oVQiPgVcm9OUePWL-12" value="">
          <mxGeometry relative="1" as="geometry" />
        </mxCell>
        <mxCell id="pPH6oVQiPgVcm9OUePWL-8" parent="1" style="whiteSpace=wrap;html=1;rounded=1;" value="In loader for this route, generate the session" vertex="1">
          <mxGeometry height="60" width="120" x="17" y="244" as="geometry" />
        </mxCell>
        <mxCell id="pPH6oVQiPgVcm9OUePWL-15" edge="1" parent="1" source="pPH6oVQiPgVcm9OUePWL-12" style="edgeStyle=orthogonalEdgeStyle;rounded=0;orthogonalLoop=1;jettySize=auto;html=1;" target="pPH6oVQiPgVcm9OUePWL-14" value="">
          <mxGeometry relative="1" as="geometry" />
        </mxCell>
        <mxCell id="pPH6oVQiPgVcm9OUePWL-12" parent="1" style="whiteSpace=wrap;html=1;rounded=1;" value="Serialize and save the access token in cookie" vertex="1">
          <mxGeometry height="60" width="120" x="17" y="384" as="geometry" />
        </mxCell>
        <mxCell id="pPH6oVQiPgVcm9OUePWL-17" edge="1" parent="1" source="pPH6oVQiPgVcm9OUePWL-14" style="edgeStyle=orthogonalEdgeStyle;rounded=0;orthogonalLoop=1;jettySize=auto;html=1;" target="pPH6oVQiPgVcm9OUePWL-16" value="">
          <mxGeometry relative="1" as="geometry" />
        </mxCell>
        <mxCell id="pPH6oVQiPgVcm9OUePWL-14" parent="1" style="whiteSpace=wrap;html=1;rounded=1;" value="redirect to /dashboard" vertex="1">
          <mxGeometry height="60" width="120" x="217" y="384" as="geometry" />
        </mxCell>
        <mxCell id="pPH6oVQiPgVcm9OUePWL-19" edge="1" parent="1" source="pPH6oVQiPgVcm9OUePWL-16" style="edgeStyle=orthogonalEdgeStyle;rounded=0;orthogonalLoop=1;jettySize=auto;html=1;" target="pPH6oVQiPgVcm9OUePWL-18" value="">
          <mxGeometry relative="1" as="geometry" />
        </mxCell>
        <mxCell id="pPH6oVQiPgVcm9OUePWL-16" parent="1" style="whiteSpace=wrap;html=1;rounded=1;" value="in dashboard loader, get the access token from the cookie and send it to client" vertex="1">
          <mxGeometry height="60" width="120" x="417" y="384" as="geometry" />
        </mxCell>
        <mxCell id="pPH6oVQiPgVcm9OUePWL-21" edge="1" parent="1" source="pPH6oVQiPgVcm9OUePWL-18" style="edgeStyle=orthogonalEdgeStyle;rounded=0;orthogonalLoop=1;jettySize=auto;html=1;" target="pPH6oVQiPgVcm9OUePWL-20" value="">
          <mxGeometry relative="1" as="geometry" />
        </mxCell>
        <mxCell id="pPH6oVQiPgVcm9OUePWL-18" parent="1" style="whiteSpace=wrap;html=1;rounded=1;" value="front-end creates the kc client with api_key and access_token.&amp;nbsp;&amp;nbsp;" vertex="1">
          <mxGeometry height="60" width="120" x="617" y="384" as="geometry" />
        </mxCell>
        <mxCell id="pPH6oVQiPgVcm9OUePWL-20" parent="1" style="whiteSpace=wrap;html=1;rounded=1;" value="use kc client for calling Kite APIs" vertex="1">
          <mxGeometry height="60" width="120" x="617" y="524" as="geometry" />
        </mxCell>
      </root>
    </mxGraphModel>
  </diagram>
  <diagram name="UI/UX" id="5MV4RERJIjpIYta4IkZD">
    <mxGraphModel dx="3134" dy="2189" grid="0" gridSize="10" guides="1" tooltips="1" connect="1" arrows="1" fold="1" page="0" pageScale="1" pageWidth="402" pageHeight="874" background="#ffffff" math="0" shadow="0">
      <root>
        <mxCell id="0" />
        <mxCell id="1" parent="0" />
        <mxCell id="ExlUUjPYo0Ii6ma58Pc_-14" parent="1" style="rounded=1;whiteSpace=wrap;html=1;" value="" vertex="1">
          <mxGeometry height="321" width="1097" x="-296" y="-20" as="geometry" />
        </mxCell>
        <mxCell id="ExlUUjPYo0Ii6ma58Pc_-13" parent="1" style="rounded=1;whiteSpace=wrap;html=1;" value="" vertex="1">
          <mxGeometry height="321" width="1097" x="-287" y="732" as="geometry" />
        </mxCell>
        <mxCell id="iMmVTYed4h1aN_pzg3ix-1" parent="1" style="text;html=1;whiteSpace=wrap;strokeColor=none;fillColor=none;align=center;verticalAlign=middle;rounded=0;fontStyle=1;fontSize=48;fontColor=light-dark(#7a7978, #ededed);" value="Net Qty." vertex="1">
          <mxGeometry height="59" width="60" x="-120" y="72" as="geometry" />
        </mxCell>
        <mxCell id="iMmVTYed4h1aN_pzg3ix-2" parent="1" style="text;html=1;whiteSpace=wrap;strokeColor=none;fillColor=none;align=center;verticalAlign=middle;rounded=0;fontStyle=1;fontSize=48;fontColor=light-dark(#7a7978, #ededed);" value="AVG. PRICE" vertex="1">
          <mxGeometry height="59" width="60" x="149" y="61" as="geometry" />
        </mxCell>
        <mxCell id="iMmVTYed4h1aN_pzg3ix-3" parent="1" style="text;html=1;whiteSpace=wrap;strokeColor=none;fillColor=none;align=center;verticalAlign=middle;rounded=0;fontStyle=1;fontSize=48;fontColor=light-dark(#7a7978, #ededed);" value="LTP" vertex="1">
          <mxGeometry height="59" width="60" x="418" y="61" as="geometry" />
        </mxCell>
        <mxCell id="iMmVTYed4h1aN_pzg3ix-4" parent="1" style="text;html=1;whiteSpace=wrap;strokeColor=none;fillColor=none;align=center;verticalAlign=middle;rounded=0;fontStyle=1;fontSize=48;fontColor=light-dark(#7a7978, #ededed);" value="PnL" vertex="1">
          <mxGeometry height="59" width="60" x="687" y="61" as="geometry" />
        </mxCell>
        <mxCell id="iMmVTYed4h1aN_pzg3ix-5" parent="1" style="text;html=1;whiteSpace=wrap;strokeColor=none;fillColor=none;align=center;verticalAlign=middle;rounded=0;fontSize=36;fontStyle=1" value="100" vertex="1">
          <mxGeometry height="30" width="60" x="-120" y="211" as="geometry" />
        </mxCell>
        <mxCell id="iMmVTYed4h1aN_pzg3ix-6" parent="1" style="text;html=1;whiteSpace=wrap;strokeColor=none;fillColor=none;align=center;verticalAlign=middle;rounded=0;fontSize=36;fontStyle=1" value="36.40" vertex="1">
          <mxGeometry height="30" width="60" x="149" y="211" as="geometry" />
        </mxCell>
        <mxCell id="iMmVTYed4h1aN_pzg3ix-7" parent="1" style="text;html=1;whiteSpace=wrap;strokeColor=none;fillColor=none;align=center;verticalAlign=middle;rounded=0;fontSize=36;fontStyle=1" value="37.45" vertex="1">
          <mxGeometry height="30" width="60" x="418" y="211" as="geometry" />
        </mxCell>
        <mxCell id="iMmVTYed4h1aN_pzg3ix-8" parent="1" style="text;html=1;whiteSpace=wrap;strokeColor=none;fillColor=none;align=center;verticalAlign=middle;rounded=0;fontSize=36;fontStyle=1" value="100" vertex="1">
          <mxGeometry height="30" width="60" x="687" y="211" as="geometry" />
        </mxCell>
        <mxCell id="7si3vGMUa6yKKs87A3T9-2" edge="1" parent="1" source="7si3vGMUa6yKKs87A3T9-1" style="edgeStyle=orthogonalEdgeStyle;rounded=0;orthogonalLoop=1;jettySize=auto;html=1;exitX=0.5;exitY=0;exitDx=0;exitDy=0;entryX=0;entryY=0.5;entryDx=0;entryDy=0;" target="iMmVTYed4h1aN_pzg3ix-5">
          <mxGeometry relative="1" as="geometry">
            <Array as="points">
              <mxPoint x="-283" y="227" />
              <mxPoint x="-139" y="227" />
            </Array>
            <mxPoint x="-139.09090909090924" y="259.27272727272725" as="targetPoint" />
          </mxGeometry>
        </mxCell>
        <mxCell id="7si3vGMUa6yKKs87A3T9-1" parent="1" style="text;html=1;whiteSpace=wrap;strokeColor=none;fillColor=none;align=center;verticalAlign=middle;rounded=0;fontStyle=1" value="Red color if negative, blue color if positive" vertex="1">
          <mxGeometry height="70" width="129" x="-347" y="453" as="geometry" />
        </mxCell>
        <mxCell id="7si3vGMUa6yKKs87A3T9-4" edge="1" parent="1" source="7si3vGMUa6yKKs87A3T9-3" style="edgeStyle=orthogonalEdgeStyle;rounded=0;orthogonalLoop=1;jettySize=auto;html=1;entryX=0.5;entryY=1;entryDx=0;entryDy=0;" target="iMmVTYed4h1aN_pzg3ix-8">
          <mxGeometry relative="1" as="geometry" />
        </mxCell>
        <mxCell id="7si3vGMUa6yKKs87A3T9-3" parent="1" style="text;html=1;whiteSpace=wrap;strokeColor=none;fillColor=none;align=center;verticalAlign=middle;rounded=0;fontStyle=1" value="Red color if negative, blue color if positive" vertex="1">
          <mxGeometry height="70" width="129" x="681" y="398" as="geometry" />
        </mxCell>
        <mxCell id="7si3vGMUa6yKKs87A3T9-5" parent="1" style="text;html=1;whiteSpace=wrap;strokeColor=none;fillColor=none;align=center;verticalAlign=middle;rounded=0;" value="Will receive the following props:&lt;br&gt;netQuantity: number;&lt;br&gt;&lt;div&gt;averagePrice: number&lt;/div&gt;&lt;div&gt;ltp: number;&lt;/div&gt;" vertex="1">
          <mxGeometry height="101" width="203" x="-25" y="355" as="geometry" />
        </mxCell>
        <mxCell id="7si3vGMUa6yKKs87A3T9-6" parent="1" style="text;html=1;whiteSpace=wrap;strokeColor=none;fillColor=none;align=center;verticalAlign=middle;rounded=0;" value="PnL needs to be calculated by the component" vertex="1">
          <mxGeometry height="101" width="203" x="-21" y="482" as="geometry" />
        </mxCell>
        <mxCell id="7si3vGMUa6yKKs87A3T9-7" parent="1" style="text;html=1;whiteSpace=wrap;strokeColor=none;fillColor=none;align=center;verticalAlign=middle;rounded=0;fontStyle=1;fontSize=48;fontColor=light-dark(#7a7978, #ededed);" value="Net Qty." vertex="1">
          <mxGeometry height="59" width="60" x="-186" y="816" as="geometry" />
        </mxCell>
        <mxCell id="7si3vGMUa6yKKs87A3T9-8" parent="1" style="text;html=1;whiteSpace=wrap;strokeColor=none;fillColor=none;align=center;verticalAlign=middle;rounded=0;fontStyle=1;fontSize=48;fontColor=light-dark(#7a7978, #ededed);" value="AVG. PRICE" vertex="1">
          <mxGeometry height="59" width="60" x="83" y="805" as="geometry" />
        </mxCell>
        <mxCell id="7si3vGMUa6yKKs87A3T9-9" parent="1" style="text;html=1;whiteSpace=wrap;strokeColor=none;fillColor=none;align=center;verticalAlign=middle;rounded=0;fontStyle=1;fontSize=48;fontColor=light-dark(#7a7978, #ededed);" value="LTP" vertex="1">
          <mxGeometry height="59" width="60" x="352" y="805" as="geometry" />
        </mxCell>
        <mxCell id="7si3vGMUa6yKKs87A3T9-10" parent="1" style="text;html=1;whiteSpace=wrap;strokeColor=none;fillColor=none;align=center;verticalAlign=middle;rounded=0;fontStyle=1;fontSize=48;fontColor=light-dark(#7a7978, #ededed);" value="PnL" vertex="1">
          <mxGeometry height="59" width="60" x="621" y="805" as="geometry" />
        </mxCell>
        <mxCell id="7si3vGMUa6yKKs87A3T9-11" parent="1" style="text;html=1;whiteSpace=wrap;strokeColor=none;fillColor=none;align=center;verticalAlign=middle;rounded=0;fontSize=18;fontStyle=1" value="{props.netQuantity}" vertex="1">
          <mxGeometry height="30" width="60" x="-186" y="955" as="geometry" />
        </mxCell>
        <mxCell id="7si3vGMUa6yKKs87A3T9-12" parent="1" style="text;html=1;whiteSpace=wrap;strokeColor=none;fillColor=none;align=center;verticalAlign=middle;rounded=0;fontSize=18;fontStyle=1" value="&lt;div&gt;{props.averagePrice}&lt;/div&gt;" vertex="1">
          <mxGeometry height="30" width="60" x="83" y="955" as="geometry" />
        </mxCell>
        <mxCell id="7si3vGMUa6yKKs87A3T9-13" parent="1" style="text;html=1;whiteSpace=wrap;strokeColor=none;fillColor=none;align=center;verticalAlign=middle;rounded=0;fontSize=18;fontStyle=1" value="{props.ltp}" vertex="1">
          <mxGeometry height="30" width="60" x="352" y="955" as="geometry" />
        </mxCell>
        <mxCell id="7si3vGMUa6yKKs87A3T9-14" parent="1" style="text;html=1;whiteSpace=wrap;strokeColor=none;fillColor=none;align=center;verticalAlign=middle;rounded=0;fontSize=18;fontStyle=1" value="{pnl}" vertex="1">
          <mxGeometry height="30" width="60" x="621" y="955" as="geometry" />
        </mxCell>
        <mxCell id="ExlUUjPYo0Ii6ma58Pc_-1" parent="1" style="rounded=1;whiteSpace=wrap;html=1;" value="" vertex="1">
          <mxGeometry height="321" width="1253" x="-202" y="1234" as="geometry" />
        </mxCell>
        <mxCell id="ExlUUjPYo0Ii6ma58Pc_-2" parent="1" style="text;html=1;whiteSpace=wrap;strokeColor=none;fillColor=none;align=center;verticalAlign=middle;rounded=0;fontStyle=1;fontSize=48;fontColor=light-dark(#7a7978, #ededed);" value="Total Margin" vertex="1">
          <mxGeometry height="59" width="168" x="-154" y="1292" as="geometry" />
        </mxCell>
        <mxCell id="ExlUUjPYo0Ii6ma58Pc_-3" parent="1" style="text;html=1;whiteSpace=wrap;strokeColor=none;fillColor=none;align=center;verticalAlign=middle;rounded=0;fontStyle=1;fontSize=48;fontColor=light-dark(#7a7978, #ededed);" value="Utilized Margin" vertex="1">
          <mxGeometry height="59" width="168" x="330" y="1295" as="geometry" />
        </mxCell>
        <mxCell id="ExlUUjPYo0Ii6ma58Pc_-4" parent="1" style="text;html=1;whiteSpace=wrap;strokeColor=none;fillColor=none;align=center;verticalAlign=middle;rounded=0;fontStyle=1;fontSize=48;fontColor=light-dark(#7a7978, #ededed);" value="Net Margin" vertex="1">
          <mxGeometry height="59" width="168" x="813" y="1289" as="geometry" />
        </mxCell>
        <mxCell id="ExlUUjPYo0Ii6ma58Pc_-5" parent="1" style="text;html=1;whiteSpace=wrap;strokeColor=none;fillColor=none;align=center;verticalAlign=middle;rounded=0;fontSize=42;" value="₹2000" vertex="1">
          <mxGeometry height="30" width="60" x="-100" y="1412" as="geometry" />
        </mxCell>
        <mxCell id="ExlUUjPYo0Ii6ma58Pc_-7" parent="1" style="text;html=1;whiteSpace=wrap;strokeColor=none;fillColor=none;align=center;verticalAlign=middle;rounded=0;fontSize=42;" value="₹200" vertex="1">
          <mxGeometry height="30" width="60" x="384" y="1412" as="geometry" />
        </mxCell>
        <mxCell id="ExlUUjPYo0Ii6ma58Pc_-8" parent="1" style="text;html=1;whiteSpace=wrap;strokeColor=none;fillColor=none;align=center;verticalAlign=middle;rounded=0;fontSize=42;" value="₹1800" vertex="1">
          <mxGeometry height="30" width="60" x="867" y="1412" as="geometry" />
        </mxCell>
        <mxCell id="ExlUUjPYo0Ii6ma58Pc_-9" parent="1" style="html=1;shadow=0;dashed=0;shape=mxgraph.bootstrap.rrect;rSize=5;fillColor=#E9ECEF;strokeColor=none;" value="" vertex="1">
          <mxGeometry height="20" width="800" x="24.5" y="1507" as="geometry" />
        </mxCell>
        <mxCell id="ExlUUjPYo0Ii6ma58Pc_-10" parent="ExlUUjPYo0Ii6ma58Pc_-9" style="html=1;shadow=0;dashed=0;shape=mxgraph.bootstrap.leftButton;rSize=5;fillColor=#1CA5B8;strokeColor=none;resizeHeight=1;" value="" vertex="1">
          <mxGeometry height="20" relative="1" width="250" as="geometry" />
        </mxCell>
        <mxCell id="ExlUUjPYo0Ii6ma58Pc_-11" parent="1" style="text;html=1;whiteSpace=wrap;strokeColor=none;fillColor=none;align=center;verticalAlign=middle;rounded=0;fontSize=24;" value="The max value on the progress bar is the total margin and the filled in part is the utilized margin" vertex="1">
          <mxGeometry height="92" width="269" x="175" y="1620" as="geometry" />
        </mxCell>
        <mxCell id="ExlUUjPYo0Ii6ma58Pc_-12" edge="1" parent="1" source="ExlUUjPYo0Ii6ma58Pc_-11" style="edgeStyle=orthogonalEdgeStyle;rounded=0;orthogonalLoop=1;jettySize=auto;html=1;exitX=0.5;exitY=0;exitDx=0;exitDy=0;entryX=0.412;entryY=0.999;entryDx=0;entryDy=0;entryPerimeter=0;" target="ExlUUjPYo0Ii6ma58Pc_-1">
          <mxGeometry relative="1" as="geometry" />
        </mxCell>
      </root>
    </mxGraphModel>
  </diagram>
  <diagram id="dmkDPsUycKQvBsQ4H3Di" name="Kite-Fly-Ticker-Architecture">
    <mxGraphModel dx="1357" dy="626" grid="0" gridSize="10" guides="1" tooltips="1" connect="1" arrows="1" fold="1" page="0" pageScale="1" pageWidth="402" pageHeight="874" math="0" shadow="0">
      <root>
        <mxCell id="0" />
        <mxCell id="1" parent="0" />
        <mxCell id="FDZGNOtkY16CQce4NqAR-3" edge="1" parent="1" source="FDZGNOtkY16CQce4NqAR-1" style="edgeStyle=orthogonalEdgeStyle;rounded=0;orthogonalLoop=1;jettySize=auto;html=1;" target="FDZGNOtkY16CQce4NqAR-2" value="">
          <mxGeometry relative="1" as="geometry" />
        </mxCell>
        <mxCell id="FDZGNOtkY16CQce4NqAR-1" parent="1" style="rounded=1;whiteSpace=wrap;html=1;" value="Client posts a request - for example:&lt;br&gt;&lt;div&gt;&lt;br&gt;&lt;/div&gt;&lt;br&gt;&lt;div&gt;fetch(&quot;http://localhost:3000/api/ltp&quot;, () =&amp;gt; {&lt;/div&gt;&lt;div&gt;method: &quot;POST&quot;,&lt;/div&gt;&lt;div&gt;body: JSON.stringify({&lt;/div&gt;&lt;div&gt;instrument: &quot;WIPRO&quot;,&lt;br&gt;ltp: 128.10&lt;/div&gt;&lt;div&gt;})&lt;/div&gt;&lt;div&gt;})&lt;br&gt;&lt;br&gt;The call is made from another site - for ex. https://kite.zerodha.com&lt;/div&gt;" vertex="1">
          <mxGeometry height="236" width="345" x="-33" y="45" as="geometry" />
        </mxCell>
        <mxCell id="FDZGNOtkY16CQce4NqAR-5" edge="1" parent="1" source="FDZGNOtkY16CQce4NqAR-2" style="edgeStyle=orthogonalEdgeStyle;rounded=0;orthogonalLoop=1;jettySize=auto;html=1;" target="FDZGNOtkY16CQce4NqAR-4" value="">
          <mxGeometry relative="1" as="geometry" />
        </mxCell>
        <mxCell id="FDZGNOtkY16CQce4NqAR-2" parent="1" style="whiteSpace=wrap;html=1;rounded=1;" value="SERVER" vertex="1">
          <mxGeometry height="60" width="120" x="504.5" y="98.5" as="geometry" />
        </mxCell>
        <mxCell id="FDZGNOtkY16CQce4NqAR-8" edge="1" parent="1" source="FDZGNOtkY16CQce4NqAR-4" style="edgeStyle=orthogonalEdgeStyle;rounded=0;orthogonalLoop=1;jettySize=auto;html=1;exitX=0.75;exitY=1;exitDx=0;exitDy=0;entryX=1;entryY=0.75;entryDx=0;entryDy=0;" target="FDZGNOtkY16CQce4NqAR-6">
          <mxGeometry relative="1" as="geometry" />
        </mxCell>
        <mxCell id="FDZGNOtkY16CQce4NqAR-4" parent="1" style="whiteSpace=wrap;html=1;rounded=1;" value="Websocket" vertex="1">
          <mxGeometry height="60" width="120" x="504.5" y="265" as="geometry" />
        </mxCell>
        <mxCell id="FDZGNOtkY16CQce4NqAR-7" edge="1" parent="1" source="FDZGNOtkY16CQce4NqAR-6" style="edgeStyle=orthogonalEdgeStyle;rounded=0;orthogonalLoop=1;jettySize=auto;html=1;entryX=0.5;entryY=1;entryDx=0;entryDy=0;" target="FDZGNOtkY16CQce4NqAR-4">
          <mxGeometry relative="1" as="geometry" />
        </mxCell>
        <mxCell id="FDZGNOtkY16CQce4NqAR-6" parent="1" style="rounded=1;whiteSpace=wrap;html=1;" value="On another client,&lt;div&gt;new Websocket()&lt;/div&gt;// receive the data which is sent from /api/ltp" vertex="1">
          <mxGeometry height="167" width="345" x="1" y="392" as="geometry" />
        </mxCell>
      </root>
    </mxGraphModel>
  </diagram>
</mxfile>
